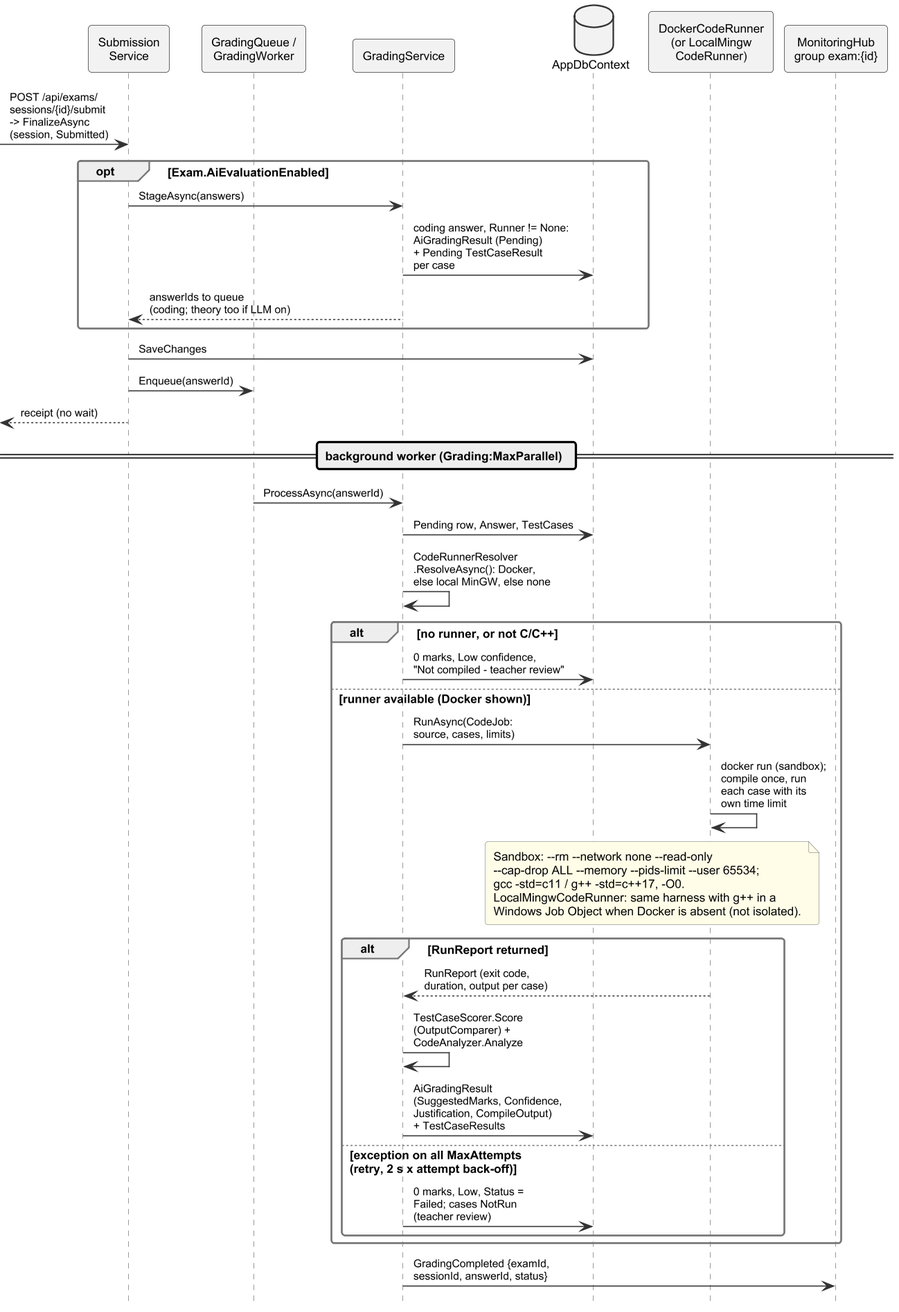
Above: important docs/fyp_doc_3chatp/Figures/seq_compilation.png in Haiderali27-hub/AI-Lab-Monitoring- (PlantUML), before the change. The source it was exported from:
```plantuml
@startuml
!include style.iuml
hide footbox
skinparam ParticipantPadding 0
skinparam BoxPadding 0
skinparam sequence {
  MessageAlign left
}

participant "Submission\nService" as SS
participant "GradingQueue /\nGradingWorker" as GQ
participant "GradingService" as GS
database "AppDbContext" as DB
participant "DockerCodeRunner\n(or LocalMingw\nCodeRunner)" as DR
participant "MonitoringHub\ngroup exam:{id}" as HUB

[-> SS : POST /api/exams/\nsessions/{id}/submit\n-> FinalizeAsync\n(session, Submitted)
opt Exam.AiEvaluationEnabled
  SS -> GS : StageAsync(answers)
  GS -> DB : coding answer, Runner != None:\nAiGradingResult (Pending)\n+ Pending TestCaseResult\nper case
  GS --> SS : answerIds to queue\n(coding; theory too if LLM on)
end
SS -> DB : SaveChanges
SS -> GQ : Enqueue(answerId)
[<-- SS : receipt (no wait)

== background worker (Grading:MaxParallel) ==
GQ -> GS : ProcessAsync(answerId)
GS -> DB : Pending row, Answer, TestCases
GS -> GS : CodeRunnerResolver\n.ResolveAsync(): Docker,\nelse local MinGW, else none
alt no runner, or not C/C++
  GS -> DB : 0 marks, Low confidence,\n"Not compiled - teacher review"
else runner available (Docker shown)
  GS -> DR : RunAsync(CodeJob:\nsource, cases, limits)
  DR -> DR : docker run (sandbox);\ncompile once, run\neach case with its\nown time limit
  note over DB, DR
    Sandbox: ~--rm ~--network none ~--read-only
    ~--cap-drop ALL ~--memory ~--pids-limit ~--user 65534;
    gcc -std=c11 / g++ -std=c++17, -O0.
    LocalMingwCodeRunner: same harness with g++ in a
    Windows Job Object when Docker is absent (not isolated).
  end note
  alt RunReport returned
    DR --> GS : RunReport (exit code,\nduration, output per case)
    GS -> GS : TestCaseScorer.Score\n(OutputComparer) +\nCodeAnalyzer.Analyze
    GS -> DB : AiGradingResult\n(SuggestedMarks, Confidence,\nJustification, CompileOutput)\n+ TestCaseResults
  else exception on all MaxAttempts\n(retry, 2 s x attempt back-off)
    GS -> DB : 0 marks, Low, Status =\nFailed; cases NotRun\n(teacher review)
  end
end
GS -> HUB : GradingCompleted {examId,\nsessionId, answerId, status}
@enduml
```
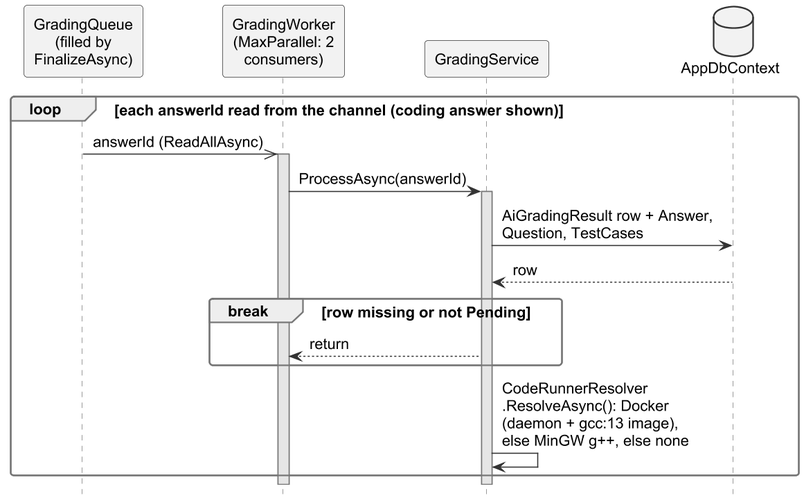
Later version of the same file.

The edit, as a diff of the source:
```diff
@@ -1,52 +1,34 @@
 @startuml
 !include style.iuml
+skinparam defaultFontSize 14
+skinparam ArrowFontSize 14
+skinparam maxMessageSize 200
 hide footbox
-skinparam ParticipantPadding 0
+hide unlinked
+skinparam ParticipantPadding 2
 skinparam BoxPadding 0
 skinparam sequence {
   MessageAlign left
+  LifeLineBackgroundColor #E6E6E6
 }
 
-participant "Submission\nService" as SS
-participant "GradingQueue /\nGradingWorker" as GQ
+participant "GradingQueue\n(filled by\nFinalizeAsync)" as GQ
+participant "GradingWorker\n(MaxParallel: 2\nconsumers)" as GW
 participant "GradingService" as GS
 database "AppDbContext" as DB
 participant "DockerCodeRunner\n(or LocalMingw\nCodeRunner)" as DR
-participant "MonitoringHub\ngroup exam:{id}" as HUB
+participant "LiveMonitor\nPage (web)" as WEB
 
-[-> SS : POST /api/exams/\nsessions/{id}/submit\n-> FinalizeAsync\n(session, Submitted)
-opt Exam.AiEvaluationEnabled
-  SS -> GS : StageAsync(answers)
-  GS -> DB : coding answer, Runner != None:\nAiGradingResult (Pending)\n+ Pending TestCaseResult\nper case
-  GS --> SS : answerIds to queue\n(coding; theory too if LLM on)
+loop each answerId read from the channel (coding answer shown)
+  GQ ->> GW : answerId (ReadAllAsync)
+  activate GW
+  GW -> GS : ProcessAsync(answerId)
+  activate GS
+  GS -> DB : AiGradingResult row + Answer,\nQuestion, TestCases
+  DB --> GS : row
+  break row missing or not Pending
+    GS --> GW : return
+  end
+  GS -> GS : CodeRunnerResolver\n.ResolveAsync(): Docker\n(daemon + gcc:13 image),\nelse MinGW g++, else none
 end
-SS -> DB : SaveChanges
-SS -> GQ : Enqueue(answerId)
-[<-- SS : receipt (no wait)
-
-== background worker (Grading:MaxParallel) ==
-GQ -> GS : ProcessAsync(answerId)
-GS -> DB : Pending row, Answer, TestCases
-GS -> GS : CodeRunnerResolver\n.ResolveAsync(): Docker,\nelse local MinGW, else none
-alt no runner, or not C/C++
-  GS -> DB : 0 marks, Low confidence,\n"Not compiled - teacher review"
-else runner available (Docker shown)
-  GS -> DR : RunAsync(CodeJob:\nsource, cases, limits)
-  DR -> DR : docker run (sandbox);\ncompile once, run\neach case with its\nown time limit
-  note over DB, DR
-    Sandbox: ~--rm ~--network none ~--read-only
-    ~--cap-drop ALL ~--memory ~--pids-limit ~--user 65534;
-    gcc -std=c11 / g++ -std=c++17, -O0.
-    LocalMingwCodeRunner: same harness with g++ in a
-    Windows Job Object when Docker is absent (not isolated).
-  end note
-  alt RunReport returned
-    DR --> GS : RunReport (exit code,\nduration, output per case)
-    GS -> GS : TestCaseScorer.Score\n(OutputComparer) +\nCodeAnalyzer.Analyze
-    GS -> DB : AiGradingResult\n(SuggestedMarks, Confidence,\nJustification, CompileOutput)\n+ TestCaseResults
-  else exception on all MaxAttempts\n(retry, 2 s x attempt back-off)
-    GS -> DB : 0 marks, Low, Status =\nFailed; cases NotRun\n(teacher review)
-  end
-end
-GS -> HUB : GradingCompleted {examId,\nsessionId, answerId, status}
 @enduml
```
